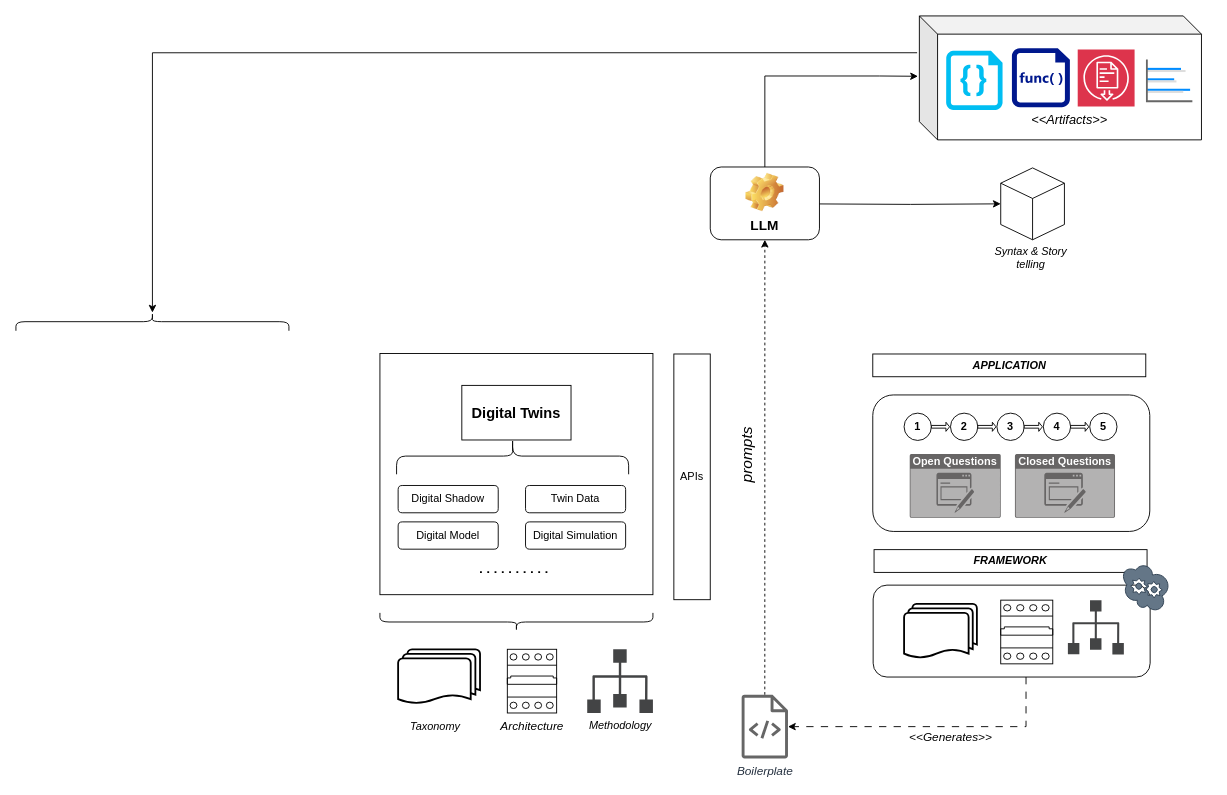
This is drawio/mams/dd-twins/DDTwins_Architecture.drawio from scrodrig/Diagrams, a draw.io file, before an edit. Source tidied: cells renumbered, new cells numbered last; positions are measured from the earlier drawing's top-left corner, leaving out a move shared by most shapes. Both pictures are drawn from the tidied source at 91%, with x=0, y=0 at pixel (143, 15). Pictures stored in the file or linked from it are replaced by grey dashed boxes.
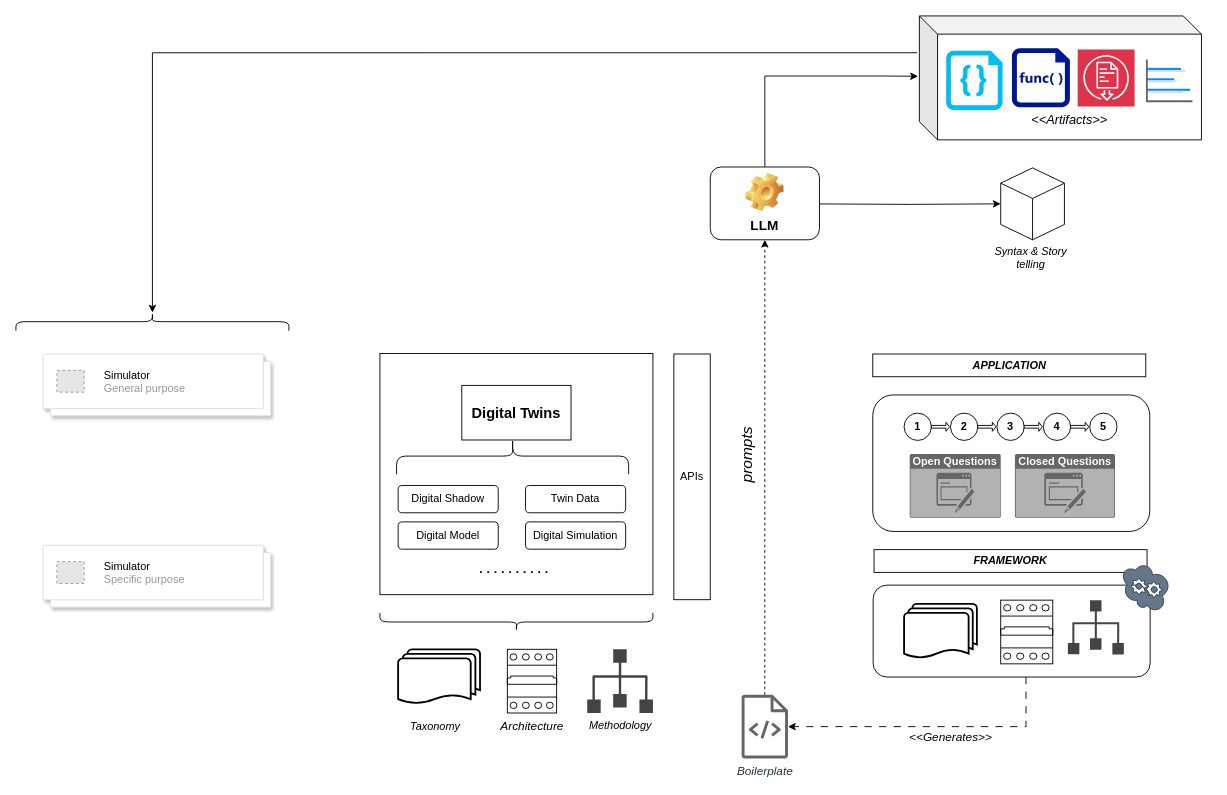
The same diagram, later.

Change to the diagram source:
```diff
@@
+    <mxCell id="55" style="shape=mxgraph.gcp2.doubleRect;strokeColor=#dddddd;shadow=1;strokeWidth=1;rounded=1;absoluteArcSize=1;arcSize=2;" parent="1" vertex="1">
+      <mxGeometry x="-110" y="371.5" width="250" height="68" as="geometry" />
+    </mxCell>
+    <mxCell id="56" value="&lt;font color=&quot;#000000&quot;&gt;Simulator&lt;/font&gt;&lt;div&gt;General purpose&lt;/div&gt;" style="fillColor=#E6E6E6;strokeColor=#999999;dashed=1;html=1;fontColor=#999999;verticalLabelPosition=middle;verticalAlign=middle;labelPosition=right;align=left;spacingLeft=20;" parent="55" vertex="1">
+      <mxGeometry width="30" height="24" relative="1" as="geometry">
+        <mxPoint x="15" y="18" as="offset" />
+      </mxGeometry>
+    </mxCell>
+    <mxCell id="57" style="shape=mxgraph.gcp2.doubleRect;strokeColor=#dddddd;shadow=1;strokeWidth=1;rounded=1;absoluteArcSize=1;arcSize=2;" parent="1" vertex="1">
+      <mxGeometry x="-110" y="581.7" width="250" height="68" as="geometry" />
+    </mxCell>
+    <mxCell id="58" value="&lt;font color=&quot;#000000&quot;&gt;Simulator&lt;/font&gt;&lt;br&gt;Specific purpose" style="fillColor=#E6E6E6;strokeColor=#999999;dashed=1;html=1;fontColor=#999999;verticalLabelPosition=middle;verticalAlign=middle;labelPosition=right;align=left;spacingLeft=20;" parent="57" vertex="1">
+      <mxGeometry width="30" height="24" relative="1" as="geometry">
+        <mxPoint x="15" y="18" as="offset" />
+      </mxGeometry>
+    </mxCell>
```
